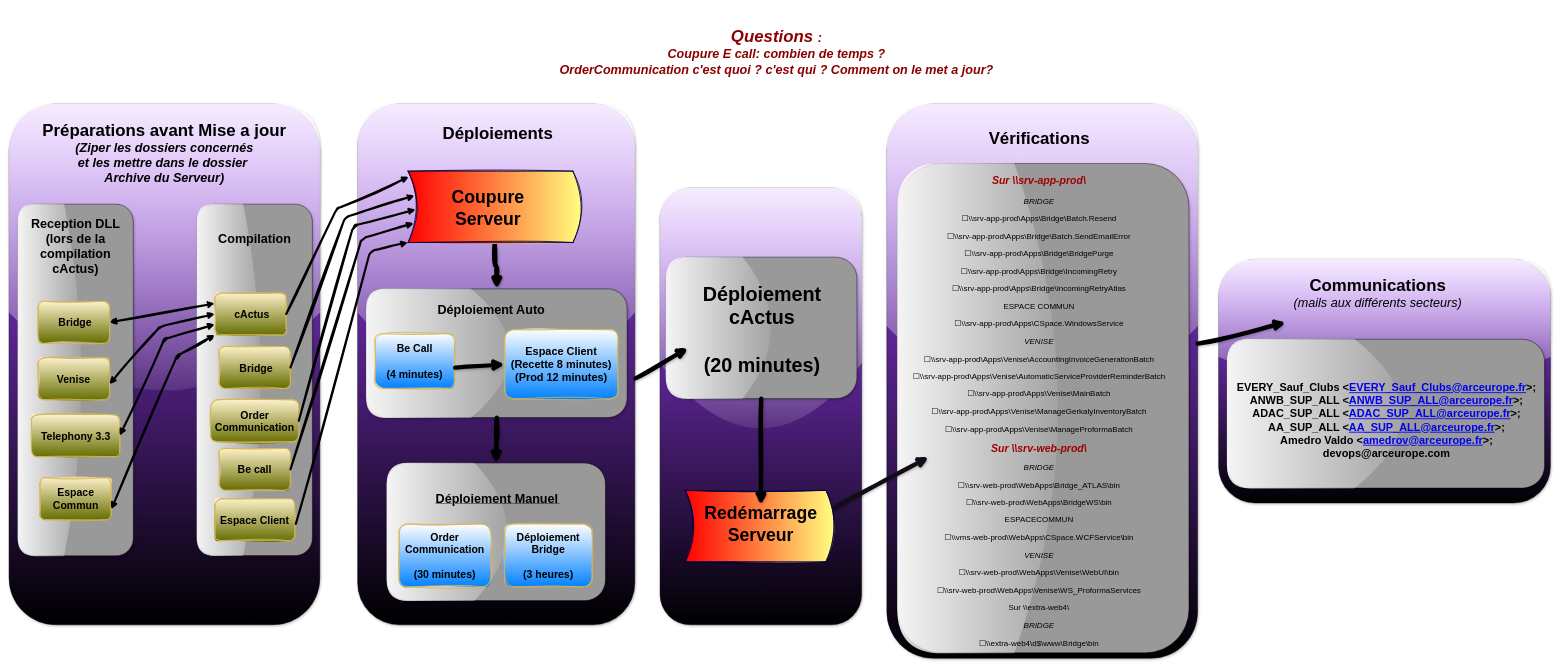
MarcSyndrome/Objectif-du-jour-ARC-EF keeps this draw.io diagram as Suivi MEP.drawio. Above is the earlier version. Source tidied: cells renumbered, new cells numbered last; positions are measured from the earlier drawing's top-left corner, leaving out a move shared by most shapes. Both pictures are drawn from the tidied source at 42%, with x=0, y=0 at pixel (-100, 7).
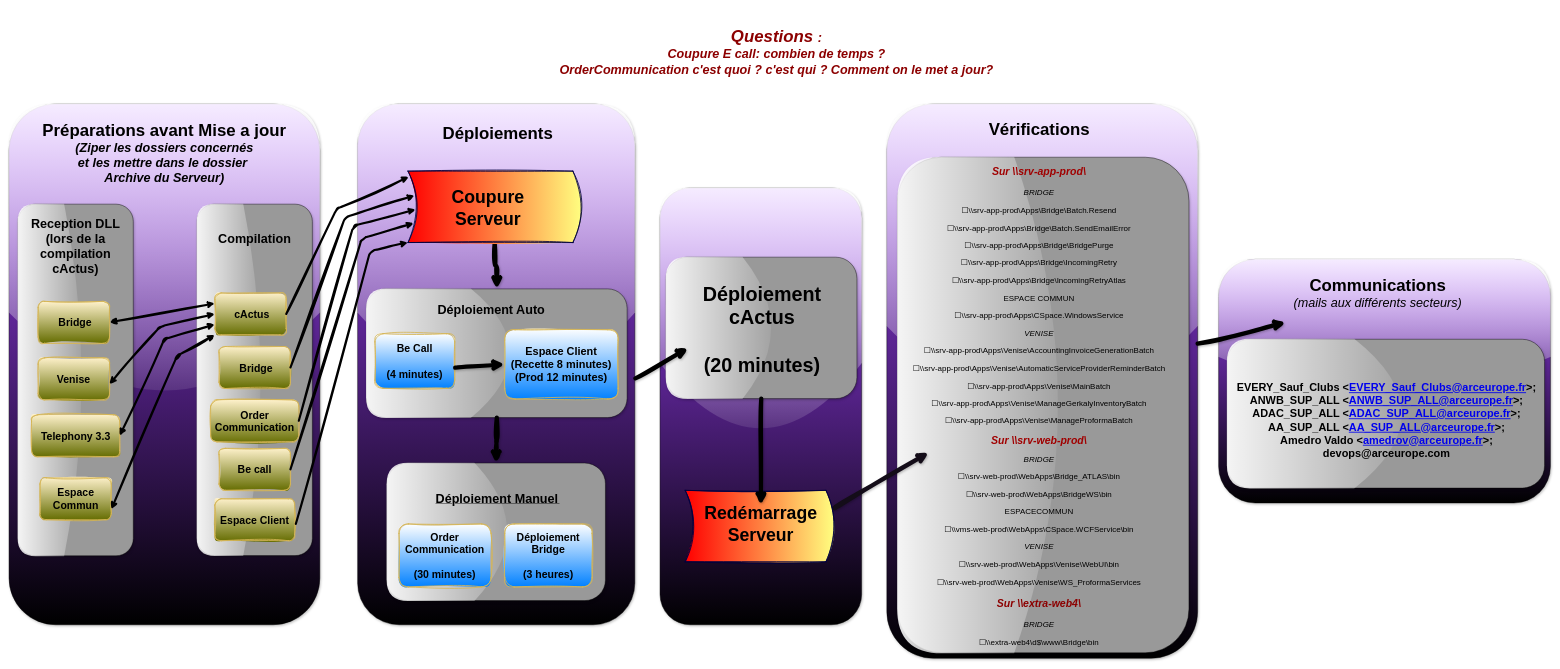
Above is the later version.

Commit message (it also covers changes not shown here):
Mettre à jour Suivi MEP.drawio

Change to the diagram source:
```diff
@@
     <mxCell id="39" value="&lt;div&gt;&lt;b&gt;&lt;font style=&quot;font-size: 40px;&quot;&gt;Vérifications&lt;/font&gt;&lt;/b&gt;&lt;/div&gt;" style="text;html=1;strokeColor=none;fillColor=none;align=center;verticalAlign=middle;whiteSpace=wrap;rounded=1;" parent="1" vertex="1">
-      <mxGeometry x="2528.8" y="240" width="367.5" height="140" as="geometry" />
+      <mxGeometry x="2528.8" y="220" width="367.5" height="140" as="geometry" />
     </mxCell>
     <mxCell id="40" style="rounded=1;whiteSpace=wrap;html=1;rotation=-90;fillColor=#999999;shadow=1;glass=1;" parent="1" vertex="1">
-      <mxGeometry x="2140" y="607.5" width="1165" height="693.7" as="geometry" />
+      <mxGeometry x="2132.5" y="600" width="1180" height="693.7" as="geometry" />
     </mxCell>
-    <mxCell id="41" value="&lt;p align=&quot;center&quot; style=&quot;font-size: 25px;&quot;&gt;&lt;font color=&quot;#a00000&quot;&gt;&lt;b&gt;&lt;font style=&quot;font-size: 25px;&quot;&gt;&lt;i&gt;&lt;font style=&quot;font-size: 25px;&quot;&gt;Sur \\srv-app-prod\&lt;/font&gt;&lt;/i&gt;&lt;/font&gt;&lt;/b&gt;&lt;/font&gt;&lt;/p&gt;&lt;p align=&quot;center&quot; style=&quot;font-size: 19px;&quot;&gt;&lt;font style=&quot;font-size: 19px;&quot;&gt;&lt;span lang=&quot;EN-GB&quot;&gt;&lt;i&gt;BRIDGE&lt;/i&gt;&lt;/span&gt;&lt;/font&gt;&lt;/p&gt;&lt;p align=&quot;center&quot; style=&quot;font-size: 19px;&quot;&gt;&lt;font style=&quot;font-size: 19px;&quot;&gt;&lt;font style=&quot;font-size: 19px;&quot;&gt;&lt;span lang=&quot;EN-GB&quot;&gt;&lt;span lang=&quot;FR&quot;&gt;☐&lt;/span&gt;&lt;/span&gt;&lt;a&gt;&lt;span lang=&quot;EN-GB&quot;&gt;\\srv-app-prod\Apps\Bridge\Batch.Resend&lt;/span&gt;&lt;/a&gt;&lt;/font&gt;&lt;/font&gt;&lt;/p&gt;&lt;p align=&quot;center&quot; style=&quot;font-size: 19px;&quot;&gt;&lt;font style=&quot;font-size: 19px;&quot;&gt;&lt;font style=&quot;font-size: 19px;&quot;&gt;&lt;span lang=&quot;EN-GB&quot;&gt;&lt;span lang=&quot;FR&quot;&gt;☐&lt;/span&gt;&lt;/span&gt;&lt;a&gt;&lt;span lang=&quot;EN-GB&quot;&gt;\\srv-app-prod\Apps\Bridge\Batch.SendEmailError&lt;/span&gt;&lt;/a&gt;&lt;/font&gt;&lt;/font&gt;&lt;/p&gt;&lt;p align=&quot;center&quot; style=&quot;font-size: 19px;&quot;&gt;&lt;font style=&quot;font-size: 19px;&quot;&gt;&lt;font style=&quot;font-size: 19px;&quot;&gt;&lt;span lang=&quot;EN-GB&quot;&gt;&lt;span lang=&quot;FR&quot;&gt;☐&lt;/span&gt;&lt;/span&gt;&lt;a&gt;&lt;span lang=&quot;EN-GB&quot;&gt;\\srv-app-prod\Apps\Bridge\BridgePurge&lt;/span&gt;&lt;/a&gt;&lt;/font&gt;&lt;/font&gt;&lt;/p&gt;&lt;p align=&quot;center&quot; style=&quot;font-size: 19px;&quot;&gt;&lt;font style=&quot;font-size: 19px;&quot;&gt;&lt;font style=&quot;font-size: 19px;&quot;&gt;&lt;span lang=&quot;EN-GB&quot;&gt;&lt;span lang=&quot;FR&quot;&gt;☐&lt;/span&gt;&lt;/span&gt;&lt;a&gt;&lt;span lang=&quot;EN-GB&quot;&gt;\\srv-app-prod\Apps\Bridge\IncomingRetry&lt;/span&gt;&lt;/a&gt;&lt;/font&gt;&lt;/font&gt;&lt;/p&gt;&lt;p align=&quot;center&quot; style=&quot;font-size: 19px;&quot;&gt;&lt;font style=&quot;font-size: 19px;&quot;&gt;&lt;font style=&quot;font-size: 19px;&quot;&gt;&lt;span lang=&quot;EN-GB&quot;&gt;&lt;span lang=&quot;FR&quot;&gt;☐&lt;/span&gt;&lt;/span&gt;&lt;a&gt;&lt;span lang=&quot;EN-GB&quot;&gt;\\srv-app-prod\Apps\Bridge\IncomingRetryAtlas&lt;/span&gt;&lt;/a&gt;&lt;/font&gt;&lt;/font&gt;&lt;/p&gt;&lt;p align=&quot;center&quot; style=&quot;font-size: 19px;&quot;&gt;&lt;font style=&quot;font-size: 19px;&quot;&gt;&lt;font style=&quot;font-size: 19px;&quot;&gt;&lt;span lang=&quot;EN-GB&quot;&gt;ESPACE COMMUN&lt;/span&gt;&lt;/font&gt;&lt;/font&gt;&lt;/p&gt;&lt;p align=&quot;center&quot; style=&quot;font-size: 19px;&quot;&gt;&lt;font style=&quot;font-size: 19px;&quot;&gt;&lt;font style=&quot;font-size: 19px;&quot;&gt;&lt;span lang=&quot;EN-GB&quot;&gt;&lt;span lang=&quot;FR&quot;&gt;☐&lt;/span&gt;&lt;/span&gt;&lt;a&gt;&lt;span lang=&quot;EN-GB&quot;&gt;\\srv-app-prod\Apps\CSpace.WindowsService&lt;/span&gt;&lt;/a&gt;&lt;/font&gt;&lt;/font&gt;&lt;/p&gt;&lt;p align=&quot;center&quot; style=&quot;font-size: 19px;&quot;&gt;&lt;font style=&quot;font-size: 19px;&quot;&gt;&lt;span lang=&quot;EN-GB&quot;&gt;&lt;i&gt;VENISE&lt;/i&gt;&lt;/span&gt;&lt;/font&gt;&lt;/p&gt;&lt;p align=&quot;center&quot; style=&quot;font-size: 19px;&quot;&gt;&lt;font style=&quot;font-size: 19px;&quot;&gt;&lt;font style=&quot;font-size: 19px;&quot;&gt;&lt;span lang=&quot;EN-GB&quot;&gt;&lt;span lang=&quot;FR&quot;&gt;☐&lt;/span&gt;&lt;/span&gt;&lt;a&gt;&lt;span lang=&quot;EN-GB&quot;&gt;\\srv-app-prod\Apps\Venise\AccountingInvoiceGenerationBatch&lt;/span&gt;&lt;/a&gt;&lt;/font&gt;&lt;/font&gt;&lt;/p&gt;&lt;p align=&quot;center&quot; style=&quot;font-size: 19px;&quot;&gt;&lt;font style=&quot;font-size: 19px;&quot;&gt;&lt;font style=&quot;font-size: 19px;&quot;&gt;&lt;span lang=&quot;EN-GB&quot;&gt;&lt;span lang=&quot;FR&quot;&gt;☐&lt;/span&gt;&lt;/span&gt;&lt;a&gt;&lt;span lang=&quot;EN-GB&quot;&gt;\\srv-app-prod\Apps\Venise\AutomaticServiceProviderReminderBatch&lt;/span&gt;&lt;/a&gt;&lt;/font&gt;&lt;/font&gt;&lt;/p&gt;&lt;p align=&quot;center&quot; style=&quot;font-size: 19px;&quot;&gt;&lt;font style=&quot;font-size: 19px;&quot;&gt;&lt;font style=&quot;font-size: 19px;&quot;&gt;&lt;span lang=&quot;EN-GB&quot;&gt;&lt;span lang=&quot;FR&quot;&gt;☐&lt;/span&gt;&lt;/span&gt;&lt;a&gt;&lt;span lang=&quot;EN-GB&quot;&gt;\\srv-app-prod\Apps\Venise\MainBatch&lt;/span&gt;&lt;/a&gt;&lt;/font&gt;&lt;/font&gt;&lt;/p&gt;&lt;p align=&quot;center&quot; style=&quot;font-size: 19px;&quot;&gt;&lt;font style=&quot;font-size: 19px;&quot;&gt;&lt;font style=&quot;font-size: 19px;&quot;&gt;&lt;span lang=&quot;EN-GB&quot;&gt;&lt;span lang=&quot;FR&quot;&gt;☐&lt;/span&gt;&lt;/span&gt;&lt;a&gt;&lt;span lang=&quot;EN-GB&quot;&gt;\\srv-app-prod\Apps\Venise\ManageGerkalyInventoryBatch&lt;/span&gt;&lt;/a&gt;&lt;/font&gt;&lt;/font&gt;&lt;/p&gt;&lt;p align=&quot;center&quot; style=&quot;font-size: 19px;&quot;&gt;&lt;font style=&quot;font-size: 19px;&quot;&gt;&lt;font style=&quot;font-size: 19px;&quot;&gt;&lt;span lang=&quot;EN-GB&quot;&gt;&lt;span lang=&quot;FR&quot;&gt;☐&lt;/span&gt;&lt;/span&gt;&lt;a&gt;&lt;span lang=&quot;EN-GB&quot;&gt;\\srv-app-prod\Apps\Venise\ManageProformaBatch&lt;/span&gt;&lt;/a&gt;&lt;/font&gt;&lt;/font&gt;&lt;/p&gt;&lt;p align=&quot;center&quot; style=&quot;font-size: 19px;&quot;&gt;&lt;font color=&quot;#a00000&quot;&gt;&lt;b&gt;&lt;font size=&quot;1&quot;&gt;&lt;i&gt;&lt;font&gt;&lt;font&gt;&lt;span style=&quot;font-size: 25px;&quot; lang=&quot;EN-GB&quot;&gt;Sur \\srv-web-prod\&lt;/span&gt;&lt;/font&gt;&lt;/font&gt;&lt;/i&gt;&lt;/font&gt;&lt;/b&gt;&lt;/font&gt;&lt;/p&gt;&lt;p align=&quot;center&quot; style=&quot;font-size: 19px;&quot;&gt;&lt;font style=&quot;font-size: 19px;&quot;&gt;&lt;span lang=&quot;EN-GB&quot;&gt;&lt;i&gt;BRIDGE&lt;/i&gt;&lt;/span&gt;&lt;/font&gt;&lt;/p&gt;&lt;p align=&quot;center&quot; style=&quot;font-size: 19px;&quot;&gt;&lt;font style=&quot;font-size: 19px;&quot;&gt;&lt;font style=&quot;font-size: 19px;&quot;&gt;&lt;span lang=&quot;EN-GB&quot;&gt;&lt;span lang=&quot;FR&quot;&gt;☐&lt;/span&gt;&lt;/span&gt;&lt;a&gt;&lt;span lang=&quot;EN-GB&quot;&gt;\\srv-web-prod\WebApps\Bridge_ATLAS\bin&lt;/span&gt;&lt;/a&gt;&lt;/font&gt;&lt;/font&gt;&lt;/p&gt;&lt;p align=&quot;center&quot; style=&quot;font-size: 19px;&quot;&gt;&lt;font style=&quot;font-size: 19px;&quot;&gt;&lt;font style=&quot;font-size: 19px;&quot;&gt;&lt;span lang=&quot;EN-GB&quot;&gt;&lt;span lang=&quot;FR&quot;&gt;☐&lt;/span&gt;&lt;/span&gt;&lt;a&gt;&lt;span lang=&quot;EN-GB&quot;&gt;\\srv-web-prod\WebApps\BridgeWS\bin&lt;/span&gt;&lt;/a&gt;&lt;/font&gt;&lt;/font&gt;&lt;/p&gt;&lt;p align=&quot;center&quot; style=&quot;font-size: 19px;&quot;&gt;&lt;font style=&quot;font-size: 19px;&quot;&gt;&lt;font style=&quot;font-size: 19px;&quot;&gt;&lt;span lang=&quot;EN-GB&quot;&gt;ESPACECOMMUN&lt;/span&gt;&lt;/font&gt;&lt;/font&gt;&lt;/p&gt;&lt;p align=&quot;center&quot; style=&quot;font-size: 19px;&quot;&gt;&lt;font style=&quot;font-size: 19px;&quot;&gt;&lt;font style=&quot;font-size: 19px;&quot;&gt;&lt;span lang=&quot;EN-GB&quot;&gt;&lt;span lang=&quot;FR&quot;&gt;☐&lt;/span&gt;&lt;/span&gt;&lt;a&gt;&lt;span lang=&quot;EN-GB&quot;&gt;\\vms-web-prod\WebApps\CSpace.WCFService\bin&lt;/span&gt;&lt;/a&gt;&lt;/font&gt;&lt;/font&gt;&lt;/p&gt;&lt;p align=&quot;center&quot; style=&quot;font-size: 19px;&quot;&gt;&lt;font style=&quot;font-size: 19px;&quot;&gt;&lt;span lang=&quot;EN-GB&quot;&gt;&lt;i&gt;VENISE&lt;/i&gt;&lt;/span&gt;&lt;/font&gt;&lt;/p&gt;&lt;p align=&quot;center&quot; style=&quot;font-size: 19px;&quot;&gt;&lt;font style=&quot;font-size: 19px;&quot;&gt;&lt;font style=&quot;font-size: 19px;&quot;&gt;&lt;span lang=&quot;EN-GB&quot;&gt;&lt;span lang=&quot;FR&quot;&gt;☐&lt;/span&gt;&lt;/span&gt;&lt;a&gt;&lt;span lang=&quot;EN-GB&quot;&gt;\\srv-web-prod\WebApps\Venise\WebUI\bin&lt;/span&gt;&lt;/a&gt;&lt;/font&gt;&lt;/font&gt;&lt;/p&gt;&lt;p align=&quot;center&quot; style=&quot;font-size: 19px;&quot;&gt;&lt;font style=&quot;font-size: 19px;&quot;&gt;&lt;font style=&quot;font-size: 19px;&quot;&gt;&lt;span lang=&quot;EN-GB&quot;&gt;&lt;span lang=&quot;FR&quot;&gt;☐&lt;/span&gt;&lt;/span&gt;&lt;a&gt;&lt;span lang=&quot;EN-GB&quot;&gt;\\srv-web-prod\WebApps\Venise\WS_ProformaServices&lt;/span&gt;&lt;/a&gt;&lt;/font&gt;&lt;/font&gt;&lt;/p&gt;&lt;p align=&quot;center&quot; style=&quot;font-size: 19px;&quot;&gt;&lt;font style=&quot;font-size: 19px;&quot;&gt;&lt;font style=&quot;font-size: 19px;&quot;&gt;&lt;span lang=&quot;EN-GB&quot;&gt;Sur \\extra-web4\&lt;/span&gt;&lt;/font&gt;&lt;/font&gt;&lt;/p&gt;&lt;p align=&quot;center&quot; style=&quot;font-size: 19px;&quot;&gt;&lt;font style=&quot;font-size: 19px;&quot;&gt;&lt;span lang=&quot;EN-GB&quot;&gt;&lt;i&gt;BRIDGE&lt;/i&gt;&lt;/span&gt;&lt;/font&gt;&lt;/p&gt;&lt;p align=&quot;center&quot; style=&quot;font-size: 19px;&quot;&gt;&lt;font style=&quot;font-size: 19px;&quot;&gt;&lt;font style=&quot;font-size: 19px;&quot;&gt;&lt;span lang=&quot;EN-GB&quot;&gt;&lt;span lang=&quot;FR&quot;&gt;☐&lt;/span&gt;&lt;/span&gt;&lt;a&gt;&lt;span lang=&quot;EN-GB&quot;&gt;\\extra-web4\d$\www\Bridge\bin&lt;/span&gt;&lt;/a&gt;&lt;/font&gt;&lt;/font&gt;&lt;/p&gt;" style="text;html=1;strokeColor=none;fillColor=none;align=center;verticalAlign=middle;whiteSpace=wrap;rounded=1;" parent="1" vertex="1">
-      <mxGeometry x="2405" y="513.4" width="615" height="886.9" as="geometry" />
+    <mxCell id="41" value="&lt;p align=&quot;center&quot; style=&quot;font-size: 25px;&quot;&gt;&lt;font color=&quot;#a00000&quot;&gt;&lt;b&gt;&lt;font style=&quot;font-size: 25px;&quot;&gt;&lt;i&gt;&lt;font style=&quot;font-size: 25px;&quot;&gt;Sur \\srv-app-prod\&lt;/font&gt;&lt;/i&gt;&lt;/font&gt;&lt;/b&gt;&lt;/font&gt;&lt;/p&gt;&lt;p align=&quot;center&quot; style=&quot;font-size: 19px;&quot;&gt;&lt;font style=&quot;font-size: 19px;&quot;&gt;&lt;span lang=&quot;EN-GB&quot;&gt;&lt;i&gt;BRIDGE&lt;/i&gt;&lt;/span&gt;&lt;/font&gt;&lt;/p&gt;&lt;p align=&quot;center&quot; style=&quot;font-size: 19px;&quot;&gt;&lt;font style=&quot;font-size: 19px;&quot;&gt;&lt;font style=&quot;font-size: 19px;&quot;&gt;&lt;span lang=&quot;EN-GB&quot;&gt;&lt;span lang=&quot;FR&quot;&gt;☐&lt;/span&gt;&lt;/span&gt;&lt;a&gt;&lt;span lang=&quot;EN-GB&quot;&gt;\\srv-app-prod\Apps\Bridge\Batch.Resend&lt;/span&gt;&lt;/a&gt;&lt;/font&gt;&lt;/font&gt;&lt;/p&gt;&lt;p align=&quot;center&quot; style=&quot;font-size: 19px;&quot;&gt;&lt;font style=&quot;font-size: 19px;&quot;&gt;&lt;font style=&quot;font-size: 19px;&quot;&gt;&lt;span lang=&quot;EN-GB&quot;&gt;&lt;span lang=&quot;FR&quot;&gt;☐&lt;/span&gt;&lt;/span&gt;&lt;a&gt;&lt;span lang=&quot;EN-GB&quot;&gt;\\srv-app-prod\Apps\Bridge\Batch.SendEmailError&lt;/span&gt;&lt;/a&gt;&lt;/font&gt;&lt;/font&gt;&lt;/p&gt;&lt;p align=&quot;center&quot; style=&quot;font-size: 19px;&quot;&gt;&lt;font style=&quot;font-size: 19px;&quot;&gt;&lt;font style=&quot;font-size: 19px;&quot;&gt;&lt;span lang=&quot;EN-GB&quot;&gt;&lt;span lang=&quot;FR&quot;&gt;☐&lt;/span&gt;&lt;/span&gt;&lt;a&gt;&lt;span lang=&quot;EN-GB&quot;&gt;\\srv-app-prod\Apps\Bridge\BridgePurge&lt;/span&gt;&lt;/a&gt;&lt;/font&gt;&lt;/font&gt;&lt;/p&gt;&lt;p align=&quot;center&quot; style=&quot;font-size: 19px;&quot;&gt;&lt;font style=&quot;font-size: 19px;&quot;&gt;&lt;font style=&quot;font-size: 19px;&quot;&gt;&lt;span lang=&quot;EN-GB&quot;&gt;&lt;span lang=&quot;FR&quot;&gt;☐&lt;/span&gt;&lt;/span&gt;&lt;a&gt;&lt;span lang=&quot;EN-GB&quot;&gt;\\srv-app-prod\Apps\Bridge\IncomingRetry&lt;/span&gt;&lt;/a&gt;&lt;/font&gt;&lt;/font&gt;&lt;/p&gt;&lt;p align=&quot;center&quot; style=&quot;font-size: 19px;&quot;&gt;&lt;font style=&quot;font-size: 19px;&quot;&gt;&lt;font style=&quot;font-size: 19px;&quot;&gt;&lt;span lang=&quot;EN-GB&quot;&gt;&lt;span lang=&quot;FR&quot;&gt;☐&lt;/span&gt;&lt;/span&gt;&lt;a&gt;&lt;span lang=&quot;EN-GB&quot;&gt;\\srv-app-prod\Apps\Bridge\IncomingRetryAtlas&lt;/span&gt;&lt;/a&gt;&lt;/font&gt;&lt;/font&gt;&lt;/p&gt;&lt;p align=&quot;center&quot; style=&quot;font-size: 19px;&quot;&gt;&lt;font style=&quot;font-size: 19px;&quot;&gt;&lt;font style=&quot;font-size: 19px;&quot;&gt;&lt;span lang=&quot;EN-GB&quot;&gt;ESPACE COMMUN&lt;/span&gt;&lt;/font&gt;&lt;/font&gt;&lt;/p&gt;&lt;p align=&quot;center&quot; style=&quot;font-size: 19px;&quot;&gt;&lt;font style=&quot;font-size: 19px;&quot;&gt;&lt;font style=&quot;font-size: 19px;&quot;&gt;&lt;span lang=&quot;EN-GB&quot;&gt;&lt;span lang=&quot;FR&quot;&gt;☐&lt;/span&gt;&lt;/span&gt;&lt;a&gt;&lt;span lang=&quot;EN-GB&quot;&gt;\\srv-app-prod\Apps\CSpace.WindowsService&lt;/span&gt;&lt;/a&gt;&lt;/font&gt;&lt;/font&gt;&lt;/p&gt;&lt;p align=&quot;center&quot; style=&quot;font-size: 19px;&quot;&gt;&lt;font style=&quot;font-size: 19px;&quot;&gt;&lt;span lang=&quot;EN-GB&quot;&gt;&lt;i&gt;VENISE&lt;/i&gt;&lt;/span&gt;&lt;/font&gt;&lt;/p&gt;&lt;p align=&quot;center&quot; style=&quot;font-size: 19px;&quot;&gt;&lt;font style=&quot;font-size: 19px;&quot;&gt;&lt;font style=&quot;font-size: 19px;&quot;&gt;&lt;span lang=&quot;EN-GB&quot;&gt;&lt;span lang=&quot;FR&quot;&gt;☐&lt;/span&gt;&lt;/span&gt;&lt;a&gt;&lt;span lang=&quot;EN-GB&quot;&gt;\\srv-app-prod\Apps\Venise\AccountingInvoiceGenerationBatch&lt;/span&gt;&lt;/a&gt;&lt;/font&gt;&lt;/font&gt;&lt;/p&gt;&lt;p align=&quot;center&quot; style=&quot;font-size: 19px;&quot;&gt;&lt;font style=&quot;font-size: 19px;&quot;&gt;&lt;font style=&quot;font-size: 19px;&quot;&gt;&lt;span lang=&quot;EN-GB&quot;&gt;&lt;span lang=&quot;FR&quot;&gt;☐&lt;/span&gt;&lt;/span&gt;&lt;a&gt;&lt;span lang=&quot;EN-GB&quot;&gt;\\srv-app-prod\Apps\Venise\AutomaticServiceProviderReminderBatch&lt;/span&gt;&lt;/a&gt;&lt;/font&gt;&lt;/font&gt;&lt;/p&gt;&lt;p align=&quot;center&quot; style=&quot;font-size: 19px;&quot;&gt;&lt;font style=&quot;font-size: 19px;&quot;&gt;&lt;font style=&quot;font-size: 19px;&quot;&gt;&lt;span lang=&quot;EN-GB&quot;&gt;&lt;span lang=&quot;FR&quot;&gt;☐&lt;/span&gt;&lt;/span&gt;&lt;a&gt;&lt;span lang=&quot;EN-GB&quot;&gt;\\srv-app-prod\Apps\Venise\MainBatch&lt;/span&gt;&lt;/a&gt;&lt;/font&gt;&lt;/font&gt;&lt;/p&gt;&lt;p align=&quot;center&quot; style=&quot;font-size: 19px;&quot;&gt;&lt;font style=&quot;font-size: 19px;&quot;&gt;&lt;font style=&quot;font-size: 19px;&quot;&gt;&lt;span lang=&quot;EN-GB&quot;&gt;&lt;span lang=&quot;FR&quot;&gt;☐&lt;/span&gt;&lt;/span&gt;&lt;a&gt;&lt;span lang=&quot;EN-GB&quot;&gt;\\srv-app-prod\Apps\Venise\ManageGerkalyInventoryBatch&lt;/span&gt;&lt;/a&gt;&lt;/font&gt;&lt;/font&gt;&lt;/p&gt;&lt;p align=&quot;center&quot; style=&quot;font-size: 19px;&quot;&gt;&lt;font style=&quot;font-size: 19px;&quot;&gt;&lt;font style=&quot;font-size: 19px;&quot;&gt;&lt;span lang=&quot;EN-GB&quot;&gt;&lt;span lang=&quot;FR&quot;&gt;☐&lt;/span&gt;&lt;/span&gt;&lt;a&gt;&lt;span lang=&quot;EN-GB&quot;&gt;\\srv-app-prod\Apps\Venise\ManageProformaBatch&lt;/span&gt;&lt;/a&gt;&lt;/font&gt;&lt;/font&gt;&lt;/p&gt;&lt;p align=&quot;center&quot; style=&quot;font-size: 19px;&quot;&gt;&lt;font color=&quot;#a00000&quot;&gt;&lt;b&gt;&lt;font size=&quot;1&quot;&gt;&lt;i&gt;&lt;font&gt;&lt;font&gt;&lt;span style=&quot;font-size: 25px;&quot; lang=&quot;EN-GB&quot;&gt;Sur \\srv-web-prod\&lt;/span&gt;&lt;/font&gt;&lt;/font&gt;&lt;/i&gt;&lt;/font&gt;&lt;/b&gt;&lt;/font&gt;&lt;/p&gt;&lt;p align=&quot;center&quot; style=&quot;font-size: 19px;&quot;&gt;&lt;font style=&quot;font-size: 19px;&quot;&gt;&lt;span lang=&quot;EN-GB&quot;&gt;&lt;i&gt;BRIDGE&lt;/i&gt;&lt;/span&gt;&lt;/font&gt;&lt;/p&gt;&lt;p align=&quot;center&quot; style=&quot;font-size: 19px;&quot;&gt;&lt;font style=&quot;font-size: 19px;&quot;&gt;&lt;font style=&quot;font-size: 19px;&quot;&gt;&lt;span lang=&quot;EN-GB&quot;&gt;&lt;span lang=&quot;FR&quot;&gt;☐&lt;/span&gt;&lt;/span&gt;&lt;a&gt;&lt;span lang=&quot;EN-GB&quot;&gt;\\srv-web-prod\WebApps\Bridge_ATLAS\bin&lt;/span&gt;&lt;/a&gt;&lt;/font&gt;&lt;/font&gt;&lt;/p&gt;&lt;p align=&quot;center&quot; style=&quot;font-size: 19px;&quot;&gt;&lt;font style=&quot;font-size: 19px;&quot;&gt;&lt;font style=&quot;font-size: 19px;&quot;&gt;&lt;span lang=&quot;EN-GB&quot;&gt;&lt;span lang=&quot;FR&quot;&gt;☐&lt;/span&gt;&lt;/span&gt;&lt;a&gt;&lt;span lang=&quot;EN-GB&quot;&gt;\\srv-web-prod\WebApps\BridgeWS\bin&lt;/span&gt;&lt;/a&gt;&lt;/font&gt;&lt;/font&gt;&lt;/p&gt;&lt;p align=&quot;center&quot; style=&quot;font-size: 19px;&quot;&gt;&lt;font style=&quot;font-size: 19px;&quot;&gt;&lt;font style=&quot;font-size: 19px;&quot;&gt;&lt;span lang=&quot;EN-GB&quot;&gt;ESPACECOMMUN&lt;/span&gt;&lt;/font&gt;&lt;/font&gt;&lt;/p&gt;&lt;p align=&quot;center&quot; style=&quot;font-size: 19px;&quot;&gt;&lt;font style=&quot;font-size: 19px;&quot;&gt;&lt;font style=&quot;font-size: 19px;&quot;&gt;&lt;span lang=&quot;EN-GB&quot;&gt;&lt;span lang=&quot;FR&quot;&gt;☐&lt;/span&gt;&lt;/span&gt;&lt;a&gt;&lt;span lang=&quot;EN-GB&quot;&gt;\\vms-web-prod\WebApps\CSpace.WCFService\bin&lt;/span&gt;&lt;/a&gt;&lt;/font&gt;&lt;/font&gt;&lt;/p&gt;&lt;p align=&quot;center&quot; style=&quot;font-size: 19px;&quot;&gt;&lt;font style=&quot;font-size: 19px;&quot;&gt;&lt;span lang=&quot;EN-GB&quot;&gt;&lt;i&gt;VENISE&lt;/i&gt;&lt;/span&gt;&lt;/font&gt;&lt;/p&gt;&lt;p align=&quot;center&quot; style=&quot;font-size: 19px;&quot;&gt;&lt;font style=&quot;font-size: 19px;&quot;&gt;&lt;font style=&quot;font-size: 19px;&quot;&gt;&lt;span lang=&quot;EN-GB&quot;&gt;&lt;span lang=&quot;FR&quot;&gt;☐&lt;/span&gt;&lt;/span&gt;&lt;a&gt;&lt;span lang=&quot;EN-GB&quot;&gt;\\srv-web-prod\WebApps\Venise\WebUI\bin&lt;/span&gt;&lt;/a&gt;&lt;/font&gt;&lt;/font&gt;&lt;/p&gt;&lt;p align=&quot;center&quot; style=&quot;font-size: 19px;&quot;&gt;&lt;font style=&quot;font-size: 19px;&quot;&gt;&lt;font style=&quot;font-size: 19px;&quot;&gt;&lt;span lang=&quot;EN-GB&quot;&gt;&lt;span lang=&quot;FR&quot;&gt;☐&lt;/span&gt;&lt;/span&gt;&lt;a&gt;&lt;span lang=&quot;EN-GB&quot;&gt;\\srv-web-prod\WebApps\Venise\WS_ProformaServices&lt;/span&gt;&lt;/a&gt;&lt;/font&gt;&lt;/font&gt;&lt;/p&gt;&lt;p align=&quot;center&quot; style=&quot;font-size: 25px;&quot;&gt;&lt;b&gt;&lt;font color=&quot;#8c0000&quot; style=&quot;font-size: 25px;&quot;&gt;&lt;font style=&quot;font-size: 25px;&quot;&gt;&lt;span lang=&quot;EN-GB&quot;&gt;&lt;i&gt;Sur \\extra-web4\&lt;/i&gt;&lt;/span&gt;&lt;/font&gt;&lt;/font&gt;&lt;/b&gt;&lt;/p&gt;&lt;p align=&quot;center&quot; style=&quot;font-size: 19px;&quot;&gt;&lt;font style=&quot;font-size: 19px;&quot;&gt;&lt;span lang=&quot;EN-GB&quot;&gt;&lt;i&gt;BRIDGE&lt;/i&gt;&lt;/span&gt;&lt;/font&gt;&lt;/p&gt;&lt;p align=&quot;center&quot; style=&quot;font-size: 19px;&quot;&gt;&lt;font style=&quot;font-size: 19px;&quot;&gt;&lt;font style=&quot;font-size: 19px;&quot;&gt;&lt;span lang=&quot;EN-GB&quot;&gt;&lt;span lang=&quot;FR&quot;&gt;☐&lt;/span&gt;&lt;/span&gt;&lt;a&gt;&lt;span lang=&quot;EN-GB&quot;&gt;\\extra-web4\d$\www\Bridge\bin&lt;/span&gt;&lt;/a&gt;&lt;/font&gt;&lt;/font&gt;&lt;/p&gt;" style="text;html=1;strokeColor=none;fillColor=none;align=center;verticalAlign=middle;whiteSpace=wrap;rounded=1;" parent="1" vertex="1">
+      <mxGeometry x="2405" y="505.1" width="615" height="883.4" as="geometry" />
     </mxCell>
```
